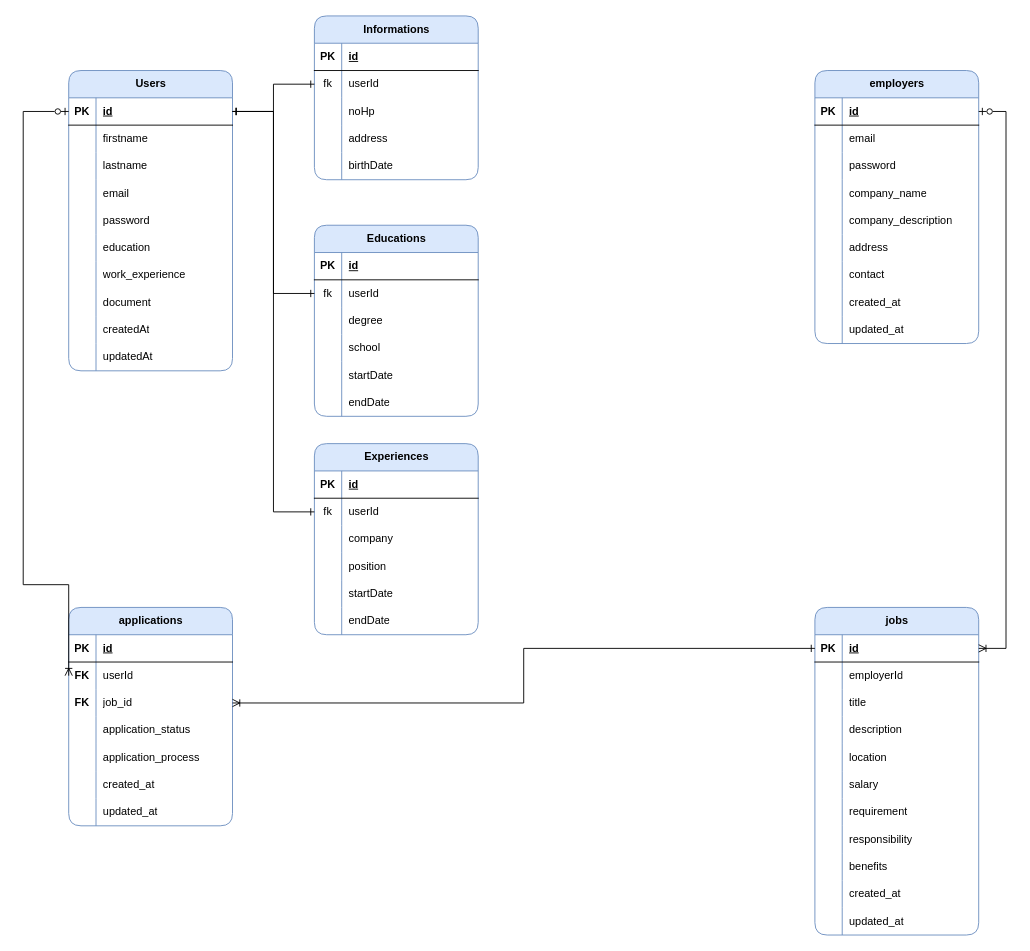
Earlier version of the draw.io diagram server/docs/Job-Portal-ERD.drawio (juliochandra/Job-Portal). Source tidied: cells renumbered, new cells numbered last; positions are measured from the earlier drawing's top-left corner, leaving out a move shared by most shapes. Both pictures are drawn from the tidied source at 91%, with x=0, y=0 at pixel (23, 15).
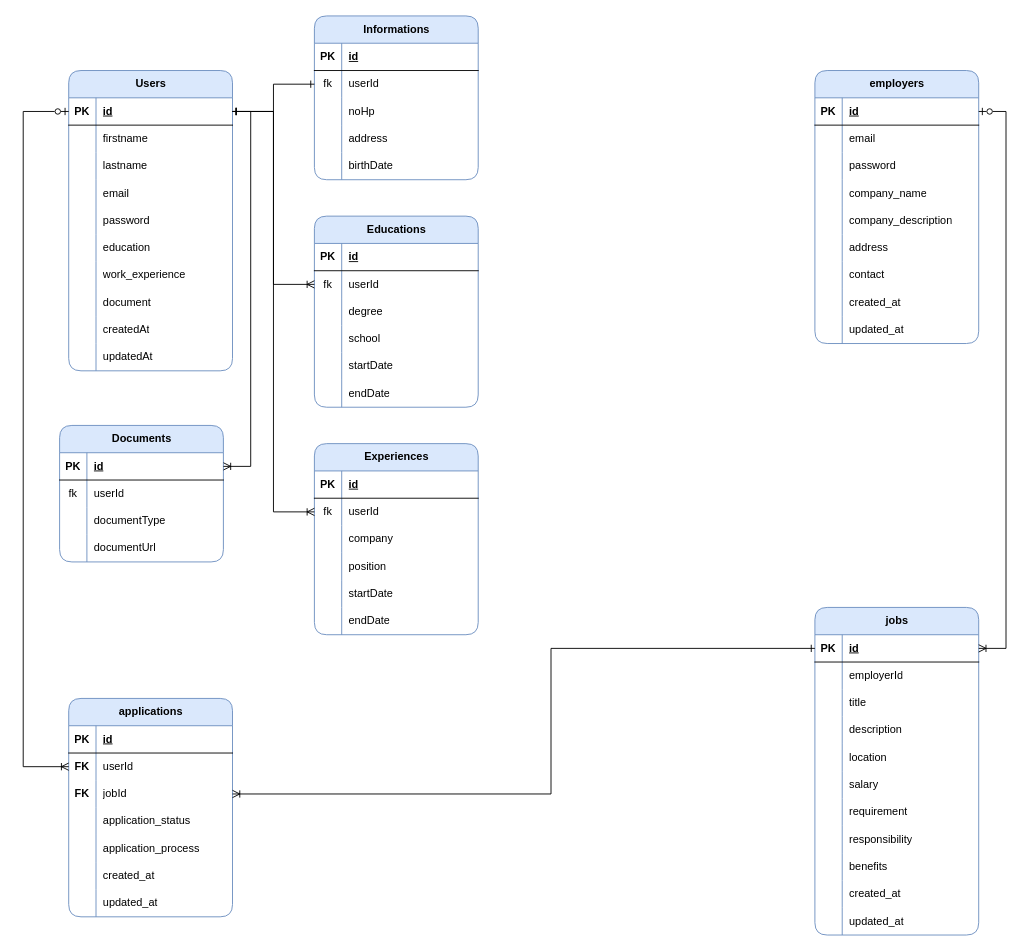
The same page after the edit.

The change refers to these unchanged cells:
```xml
<mxCell id="3" style="shape=tableRow;horizontal=0;startSize=0;swimlaneHead=0;swimlaneBody=0;fillColor=none;points=[[0,0.5],[1,0.5]];portConstraint=eastwest;top=0;left=0;right=0;bottom=1;" parent="2" vertex="1">
  <mxGeometry y="30" width="180" height="30" as="geometry" />
</mxCell>
<mxCell id="34" style="shape=tableRow;horizontal=0;startSize=0;swimlaneHead=0;swimlaneBody=0;fillColor=none;points=[[0,0.5],[1,0.5]];portConstraint=eastwest;top=0;left=0;right=0;bottom=1;" parent="33" vertex="1">
  <mxGeometry y="30" width="180" height="30" as="geometry" />
</mxCell>
<mxCell id="71" style="shape=tableRow;horizontal=0;startSize=0;swimlaneHead=0;swimlaneBody=0;fillColor=none;points=[[0,0.5],[1,0.5]];portConstraint=eastwest;top=0;left=0;right=0;bottom=0;" parent="67" vertex="1">
  <mxGeometry y="60" width="180" height="30" as="geometry" />
</mxCell>
<mxCell id="74" style="shape=tableRow;horizontal=0;startSize=0;swimlaneHead=0;swimlaneBody=0;fillColor=none;points=[[0,0.5],[1,0.5]];portConstraint=eastwest;top=0;left=0;right=0;bottom=0;" parent="67" vertex="1">
  <mxGeometry y="90" width="180" height="30" as="geometry" />
</mxCell>
<mxCell id="141" style="shape=tableRow;horizontal=0;startSize=0;swimlaneHead=0;swimlaneBody=0;fillColor=none;points=[[0,0.5],[1,0.5]];portConstraint=eastwest;top=0;left=0;right=0;bottom=0;" parent="137" vertex="1">
  <mxGeometry y="60" width="180" height="30" as="geometry" />
</mxCell>
<mxCell id="161" style="shape=tableRow;horizontal=0;startSize=0;swimlaneHead=0;swimlaneBody=0;fillColor=none;points=[[0,0.5],[1,0.5]];portConstraint=eastwest;top=0;left=0;right=0;bottom=0;" parent="157" vertex="1">
  <mxGeometry y="60" width="180" height="30" as="geometry" />
</mxCell>
```

Diff of the diagram source:
```diff
@@
     <mxCell id="67" value="applications" style="shape=table;startSize=30;childLayout=tableLayout;rowLines=0;fontStyle=1;align=center;html=1;rounded=1;shadow=0;fillColor=#dae8fc;strokeColor=#6c8ebf;" parent="1" vertex="1">
-      <mxGeometry x="50" y="650" width="180" height="240" as="geometry" />
+      <mxGeometry x="50" y="750" width="180" height="240" as="geometry" />
     </mxCell>
@@
-    <mxCell id="76" value="job_id" style="shape=partialRectangle;fillColor=none;top=0;left=0;bottom=0;right=0;align=left;spacingLeft=6;overflow=hidden;whiteSpace=wrap;html=1;" parent="74" vertex="1">
+    <mxCell id="76" value="jobId" style="shape=partialRectangle;fillColor=none;top=0;left=0;bottom=0;right=0;align=left;spacingLeft=6;overflow=hidden;whiteSpace=wrap;html=1;" parent="74" vertex="1">
       <mxGeometry x="30" width="150" height="30" as="geometry" />
     </mxCell>
@@
     <mxCell id="89" style="edgeStyle=orthogonalEdgeStyle;rounded=0;jettySize=auto;html=1;exitX=0;exitY=0.5;exitDx=0;exitDy=0;entryX=1;entryY=0.5;entryDx=0;entryDy=0;endArrow=ERoneToMany;endFill=0;startArrow=ERone;startFill=0;" parent="1" edge="1" source="34" target="74">
-      <mxGeometry relative="1" as="geometry" />
+      <mxGeometry relative="1" as="geometry">
+        <Array as="points">
+          <mxPoint x="580" y="695" />
+          <mxPoint x="580" y="855" />
+        </Array>
+      </mxGeometry>
     </mxCell>
@@
     <mxCell id="119" style="edgeStyle=orthogonalEdgeStyle;rounded=0;jettySize=auto;html=1;exitX=0;exitY=0.5;exitDx=0;exitDy=0;entryX=0;entryY=0.5;entryDx=0;entryDy=0;startArrow=ERzeroToOne;startFill=0;endArrow=ERoneToMany;endFill=0;" parent="1" edge="1" source="3" target="71">
       <mxGeometry relative="1" as="geometry">
         <Array as="points">
           <mxPoint y="105" />
-          <mxPoint y="625" />
+          <mxPoint y="825" />
         </Array>
       </mxGeometry>
     </mxCell>
@@
     <mxCell id="137" value="Educations" style="shape=table;startSize=30;childLayout=tableLayout;rowLines=0;fontStyle=1;align=center;html=1;rounded=1;fillColor=#dae8fc;strokeColor=#6c8ebf;" parent="1" vertex="1">
-      <mxGeometry x="320" y="230" width="180" height="210" as="geometry" />
+      <mxGeometry x="320" y="220" width="180" height="210" as="geometry" />
     </mxCell>
@@
-    <mxCell id="156" style="edgeStyle=orthogonalEdgeStyle;rounded=0;jettySize=auto;html=1;exitX=0;exitY=0.5;exitDx=0;exitDy=0;entryX=1;entryY=0.5;entryDx=0;entryDy=0;endArrow=ERone;endFill=0;startArrow=ERone;startFill=0;" parent="1" edge="1" source="141" target="3">
+    <mxCell id="156" style="edgeStyle=orthogonalEdgeStyle;rounded=0;jettySize=auto;html=1;exitX=0;exitY=0.5;exitDx=0;exitDy=0;entryX=1;entryY=0.5;entryDx=0;entryDy=0;endArrow=ERone;endFill=0;startArrow=ERoneToMany;startFill=0;" parent="1" edge="1" source="141" target="3">
       <mxGeometry relative="1" as="geometry" />
     </mxCell>
@@
-    <mxCell id="176" style="edgeStyle=orthogonalEdgeStyle;rounded=0;jettySize=auto;html=1;exitX=0;exitY=0.5;exitDx=0;exitDy=0;entryX=1;entryY=0.5;entryDx=0;entryDy=0;startArrow=ERone;startFill=0;endArrow=ERone;endFill=0;" parent="1" edge="1" source="161" target="3">
+    <mxCell id="176" style="edgeStyle=orthogonalEdgeStyle;rounded=0;jettySize=auto;html=1;exitX=0;exitY=0.5;exitDx=0;exitDy=0;entryX=1;entryY=0.5;entryDx=0;entryDy=0;startArrow=ERoneToMany;startFill=0;endArrow=ERone;endFill=0;" parent="1" edge="1" source="161" target="3">
       <mxGeometry relative="1" as="geometry" />
     </mxCell>
+    <mxCell id="177" value="Documents" style="shape=table;startSize=30;childLayout=tableLayout;rowLines=0;fontStyle=1;align=center;html=1;rounded=1;fillColor=#dae8fc;strokeColor=#6c8ebf;" parent="1" vertex="1">
+      <mxGeometry x="40" y="450" width="180" height="150" as="geometry" />
+    </mxCell>
+    <mxCell id="178" style="shape=tableRow;horizontal=0;startSize=0;swimlaneHead=0;swimlaneBody=0;fillColor=none;points=[[0,0.5],[1,0.5]];portConstraint=eastwest;top=0;left=0;right=0;bottom=1;" parent="177" vertex="1">
+      <mxGeometry y="30" width="180" height="30" as="geometry" />
+    </mxCell>
+    <mxCell id="179" value="PK" style="shape=partialRectangle;fillColor=none;top=0;left=0;bottom=0;right=0;fontStyle=1;overflow=hidden;whiteSpace=wrap;html=1;" parent="178" vertex="1">
+      <mxGeometry width="30" height="30" as="geometry" />
+    </mxCell>
+    <mxCell id="180" value="id" style="shape=partialRectangle;fillColor=none;top=0;left=0;bottom=0;right=0;align=left;spacingLeft=6;fontStyle=5;overflow=hidden;whiteSpace=wrap;html=1;" parent="178" vertex="1">
+      <mxGeometry x="30" width="150" height="30" as="geometry" />
+    </mxCell>
+    <mxCell id="181" style="shape=tableRow;horizontal=0;startSize=0;swimlaneHead=0;swimlaneBody=0;fillColor=none;top=0;left=0;right=0;bottom=0;" parent="177" vertex="1">
+      <mxGeometry y="60" width="180" height="30" as="geometry" />
+    </mxCell>
+    <mxCell id="182" value="fk" style="shape=partialRectangle;fillColor=none;top=0;left=0;bottom=0;right=0;overflow=hidden;whiteSpace=wrap;html=1;" parent="181" vertex="1">
+      <mxGeometry width="30" height="30" as="geometry" />
+    </mxCell>
+    <mxCell id="183" value="userId" style="shape=partialRectangle;fillColor=none;top=0;left=0;bottom=0;right=0;align=left;spacingLeft=6;overflow=hidden;whiteSpace=wrap;html=1;" parent="181" vertex="1">
+      <mxGeometry x="30" width="150" height="30" as="geometry" />
+    </mxCell>
+    <mxCell id="184" style="shape=tableRow;horizontal=0;startSize=0;swimlaneHead=0;swimlaneBody=0;fillColor=none;top=0;left=0;right=0;bottom=0;" parent="177" vertex="1">
+      <mxGeometry y="90" width="180" height="30" as="geometry" />
+    </mxCell>
+    <mxCell id="185" style="shape=partialRectangle;fillColor=none;top=0;left=0;bottom=0;right=0;overflow=hidden;whiteSpace=wrap;html=1;" parent="184" vertex="1">
+      <mxGeometry width="30" height="30" as="geometry" />
+    </mxCell>
+    <mxCell id="186" value="documentType" style="shape=partialRectangle;fillColor=none;top=0;left=0;bottom=0;right=0;align=left;spacingLeft=6;overflow=hidden;whiteSpace=wrap;html=1;" parent="184" vertex="1">
+      <mxGeometry x="30" width="150" height="30" as="geometry" />
+    </mxCell>
+    <mxCell id="187" style="shape=tableRow;horizontal=0;startSize=0;swimlaneHead=0;swimlaneBody=0;fillColor=none;top=0;left=0;right=0;bottom=0;" parent="177" vertex="1">
+      <mxGeometry y="120" width="180" height="30" as="geometry" />
+    </mxCell>
+    <mxCell id="188" style="shape=partialRectangle;fillColor=none;top=0;left=0;bottom=0;right=0;overflow=hidden;whiteSpace=wrap;html=1;" parent="187" vertex="1">
+      <mxGeometry width="30" height="30" as="geometry" />
+    </mxCell>
+    <mxCell id="189" value="documentUrl" style="shape=partialRectangle;fillColor=none;top=0;left=0;bottom=0;right=0;align=left;spacingLeft=6;overflow=hidden;whiteSpace=wrap;html=1;" parent="187" vertex="1">
+      <mxGeometry x="30" width="150" height="30" as="geometry" />
+    </mxCell>
+    <mxCell id="190" style="edgeStyle=orthogonalEdgeStyle;rounded=0;jettySize=auto;html=1;exitX=1;exitY=0.5;exitDx=0;exitDy=0;entryX=1;entryY=0.5;entryDx=0;entryDy=0;endArrow=ERone;endFill=0;startArrow=ERoneToMany;startFill=0;" parent="1" edge="1" source="178" target="3">
+      <mxGeometry relative="1" as="geometry">
+        <Array as="points">
+          <mxPoint x="250" y="495" />
+          <mxPoint x="250" y="105" />
+        </Array>
+      </mxGeometry>
+    </mxCell>
```
